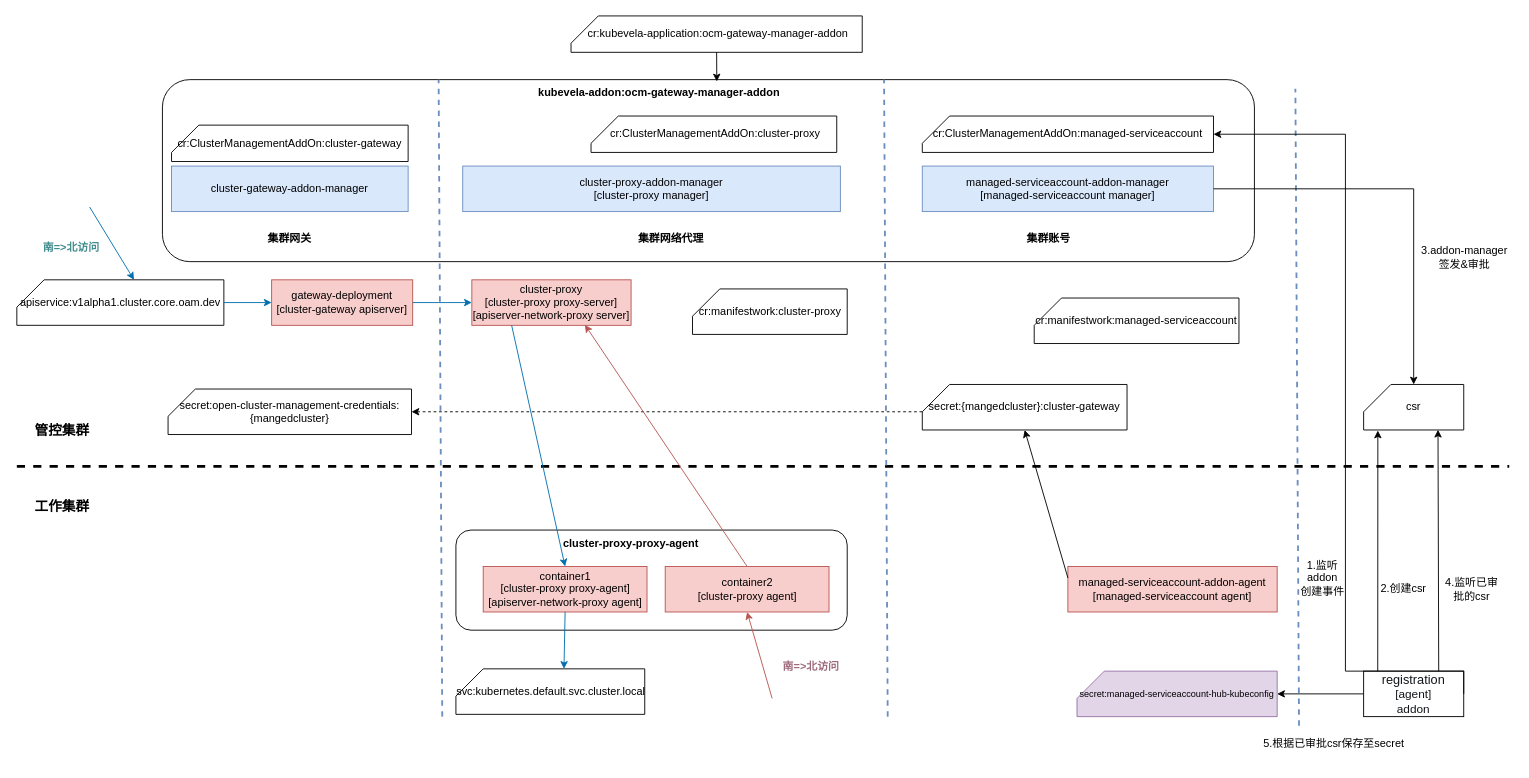
The draw.io diagram page "ocm-gateway-manager-addon" (7 of 7) of drawio/ccseone迭代1.1.0.drawio in Tiny-VS-Lina/ccse, before the edit. Source tidied: cells renumbered, new cells numbered last; positions are measured from the earlier drawing's top-left corner, leaving out a move shared by most shapes. Both pictures are drawn from the tidied source at 91%, with x=0, y=0 at pixel (16, 15).
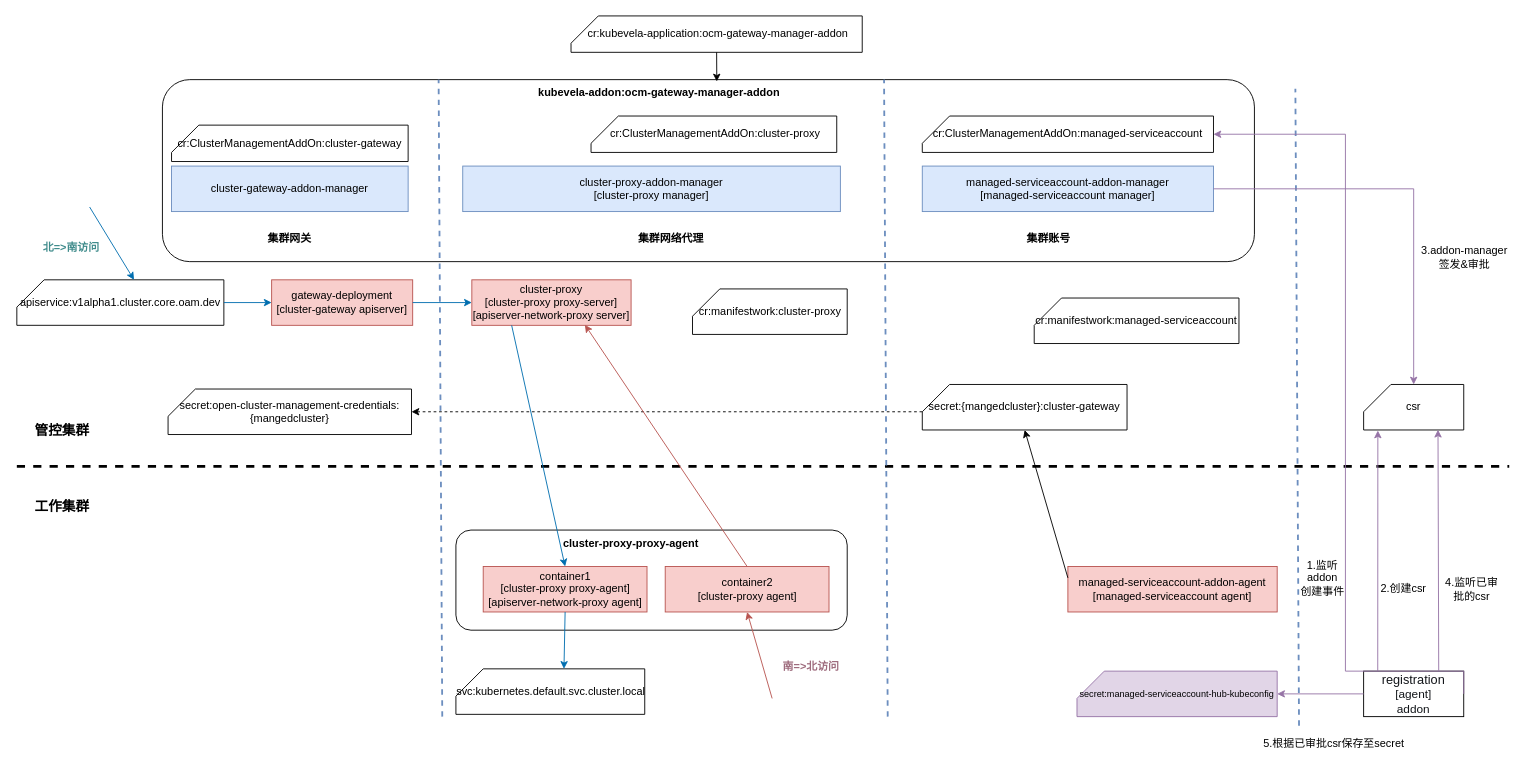
After the change.

Unchanged cells that the change refers to:
```xml
<mxCell id="6" value="managed-serviceaccount-addon-manager&lt;div&gt;[managed-serviceaccount manager]&lt;br&gt;&lt;/div&gt;" style="rounded=0;whiteSpace=wrap;html=1;fillColor=#dae8fc;strokeColor=#6c8ebf;" parent="1" vertex="1">
  <mxGeometry x="995" y="165" width="320" height="50" as="geometry" />
</mxCell>
<mxCell id="17" value="cr:ClusterManagementAddOn:managed-serviceaccount" style="shape=card;whiteSpace=wrap;html=1;align=center;" parent="1" vertex="1">
  <mxGeometry x="995" y="110" width="320" height="40" as="geometry" />
</mxCell>
<mxCell id="38" value="&lt;div&gt;&lt;span style=&quot;color: rgb(19, 22, 26); font-family: Arial, &amp;quot;Segoe UI&amp;quot;, Helvetica, sans-serif; font-size: 14px; text-align: start; text-wrap: nowrap;&quot;&gt;registration&lt;/span&gt;&lt;span style=&quot;color: rgb(19, 22, 26); font-family: Arial, &amp;quot;Segoe UI&amp;quot;, Helvetica, sans-serif; font-size: 13px; text-align: start; text-wrap: nowrap; background-color: rgb(255, 255, 255);&quot;&gt;&lt;br&gt;&lt;/span&gt;&lt;/div&gt;&lt;span style=&quot;color: rgb(19, 22, 26); font-family: Arial, &amp;quot;Segoe UI&amp;quot;, Helvetica, sans-serif; font-size: 13px; text-align: start; text-wrap: nowrap; background-color: rgb(255, 255, 255);&quot;&gt;[agent]&lt;/span&gt;&lt;div&gt;&lt;span style=&quot;color: rgb(19, 22, 26); font-family: Arial, &amp;quot;Segoe UI&amp;quot;, Helvetica, sans-serif; font-size: 13px; text-align: start; text-wrap: nowrap; background-color: rgb(255, 255, 255);&quot;&gt;addon&lt;/span&gt;&lt;/div&gt;" style="rounded=0;whiteSpace=wrap;html=1;" parent="1" vertex="1">
  <mxGeometry x="1480" y="720" width="110" height="50" as="geometry" />
</mxCell>
<mxCell id="39" value="csr" style="shape=card;whiteSpace=wrap;html=1;" parent="1" vertex="1">
  <mxGeometry x="1480" y="405" width="110" height="50" as="geometry" />
</mxCell>
<mxCell id="41" value="&lt;div style=&quot;&quot;&gt;&lt;span style=&quot;font-size: 10px; background-color: initial;&quot;&gt;secret:&lt;/span&gt;&lt;span style=&quot;background-color: initial;&quot;&gt;managed-serviceaccount-hub-kubeconfig&lt;/span&gt;&lt;br&gt;&lt;/div&gt;&lt;div style=&quot;font-size: 10px;&quot;&gt;&lt;/div&gt;&lt;div style=&quot;font-size: 10px;&quot;&gt;&lt;/div&gt;" style="shape=card;whiteSpace=wrap;html=1;fontSize=10;fillColor=#e1d5e7;strokeColor=#9673a6;" parent="1" vertex="1">
  <mxGeometry x="1165" y="720" width="220" height="50" as="geometry" />
</mxCell>
```

Change to the diagram source:
```diff
@@
-    <mxCell id="40" style="endArrow=classic;html=1;rounded=0;entryX=0.743;entryY=0.995;entryDx=0;entryDy=0;entryPerimeter=0;exitX=0.75;exitY=0;exitDx=0;exitDy=0;" parent="1" edge="1" source="38" target="39">
+    <mxCell id="40" style="endArrow=classic;html=1;rounded=0;entryX=0.743;entryY=0.995;entryDx=0;entryDy=0;entryPerimeter=0;exitX=0.75;exitY=0;exitDx=0;exitDy=0;fillColor=#e1d5e7;strokeColor=#9673a6;" parent="1" edge="1" source="38" target="39">
       <mxGeometry relative="1" as="geometry" />
     </mxCell>
@@
-    <mxCell id="42" style="endArrow=classic;html=1;rounded=0;entryX=1;entryY=0.5;entryDx=0;entryDy=0;entryPerimeter=0;exitX=0;exitY=0.5;exitDx=0;exitDy=0;" parent="1" edge="1" source="38" target="41">
+    <mxCell id="42" style="endArrow=classic;html=1;rounded=0;entryX=1;entryY=0.5;entryDx=0;entryDy=0;entryPerimeter=0;exitX=0;exitY=0.5;exitDx=0;exitDy=0;fillColor=#e1d5e7;strokeColor=#9673a6;" parent="1" edge="1" source="38" target="41">
       <mxGeometry relative="1" as="geometry" />
     </mxCell>
@@
-    <mxCell id="48" value="南=&amp;gt;北访问" style="text;html=1;align=center;verticalAlign=middle;whiteSpace=wrap;rounded=0;fontColor=#408c8c;fontStyle=1;" parent="1" vertex="1">
+    <mxCell id="48" value="北=&amp;gt;南访问" style="text;html=1;align=center;verticalAlign=middle;whiteSpace=wrap;rounded=0;fontColor=#408c8c;fontStyle=1;" parent="1" vertex="1">
       <mxGeometry x="20" y="240" width="80" height="30" as="geometry" />
     </mxCell>
@@
-    <mxCell id="52" style="endArrow=classic;html=1;rounded=0;exitX=0.25;exitY=0;exitDx=0;exitDy=0;entryX=0.142;entryY=1.012;entryDx=0;entryDy=0;entryPerimeter=0;" parent="1" edge="1" target="39">
+    <mxCell id="52" style="endArrow=classic;html=1;rounded=0;exitX=0.25;exitY=0;exitDx=0;exitDy=0;entryX=0.142;entryY=1.012;entryDx=0;entryDy=0;entryPerimeter=0;fillColor=#e1d5e7;strokeColor=#9673a6;" parent="1" edge="1" target="39">
       <mxGeometry relative="1" as="geometry">
         <mxPoint x="1495.5" y="720" as="sourcePoint" />
       </mxGeometry>
     </mxCell>
-    <mxCell id="53" style="endArrow=classic;html=1;rounded=0;entryX=1;entryY=0.5;entryDx=0;entryDy=0;entryPerimeter=0;exitX=1;exitY=0.5;exitDx=0;exitDy=0;edgeStyle=orthogonalEdgeStyle;" parent="1" edge="1" source="38" target="17">
+    <mxCell id="53" style="endArrow=classic;html=1;rounded=0;entryX=1;entryY=0.5;entryDx=0;entryDy=0;entryPerimeter=0;exitX=1;exitY=0.5;exitDx=0;exitDy=0;edgeStyle=orthogonalEdgeStyle;fillColor=#e1d5e7;strokeColor=#9673a6;" parent="1" edge="1" source="38" target="17">
       <mxGeometry relative="1" as="geometry">
         <Array as="points">
           <mxPoint x="1590" y="720" />
           <mxPoint x="1460" y="720" />
           <mxPoint x="1460" y="130" />
         </Array>
       </mxGeometry>
     </mxCell>
@@
-    <mxCell id="55" style="endArrow=classic;html=1;rounded=0;exitX=1;exitY=0.5;exitDx=0;exitDy=0;entryX=0.5;entryY=0;entryDx=0;entryDy=0;entryPerimeter=0;edgeStyle=orthogonalEdgeStyle;" parent="1" edge="1" source="6" target="39">
+    <mxCell id="55" style="endArrow=classic;html=1;rounded=0;exitX=1;exitY=0.5;exitDx=0;exitDy=0;entryX=0.5;entryY=0;entryDx=0;entryDy=0;entryPerimeter=0;edgeStyle=orthogonalEdgeStyle;fillColor=#e1d5e7;strokeColor=#9673a6;" parent="1" edge="1" source="6" target="39">
       <mxGeometry relative="1" as="geometry" />
     </mxCell>
```
